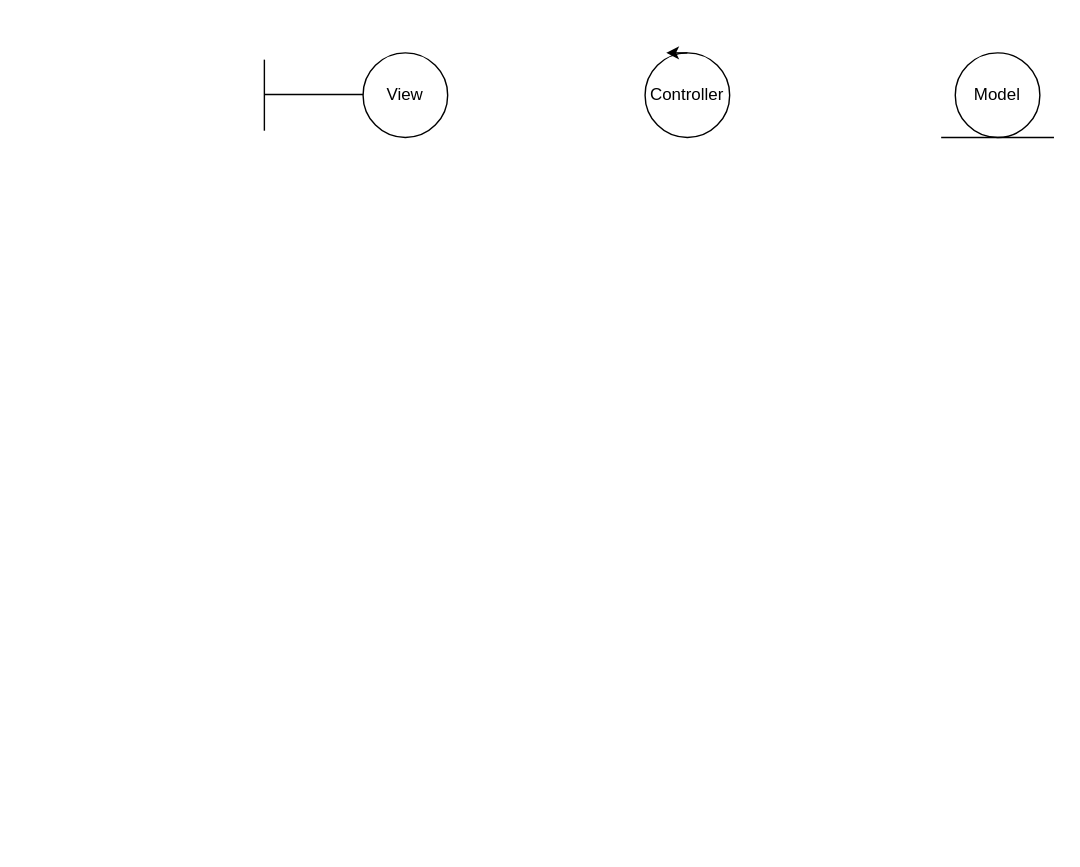
This is UML-activity-diagram.drawio from Juutar/COMP20050SEP2-1, a draw.io file, before an edit. Source tidied: cells renumbered, new cells numbered last; positions are measured from the earlier drawing's top-left corner, leaving out a move shared by most shapes. Both pictures are drawn from the tidied source at 141%, with x=0, y=0 at pixel (264, 52).
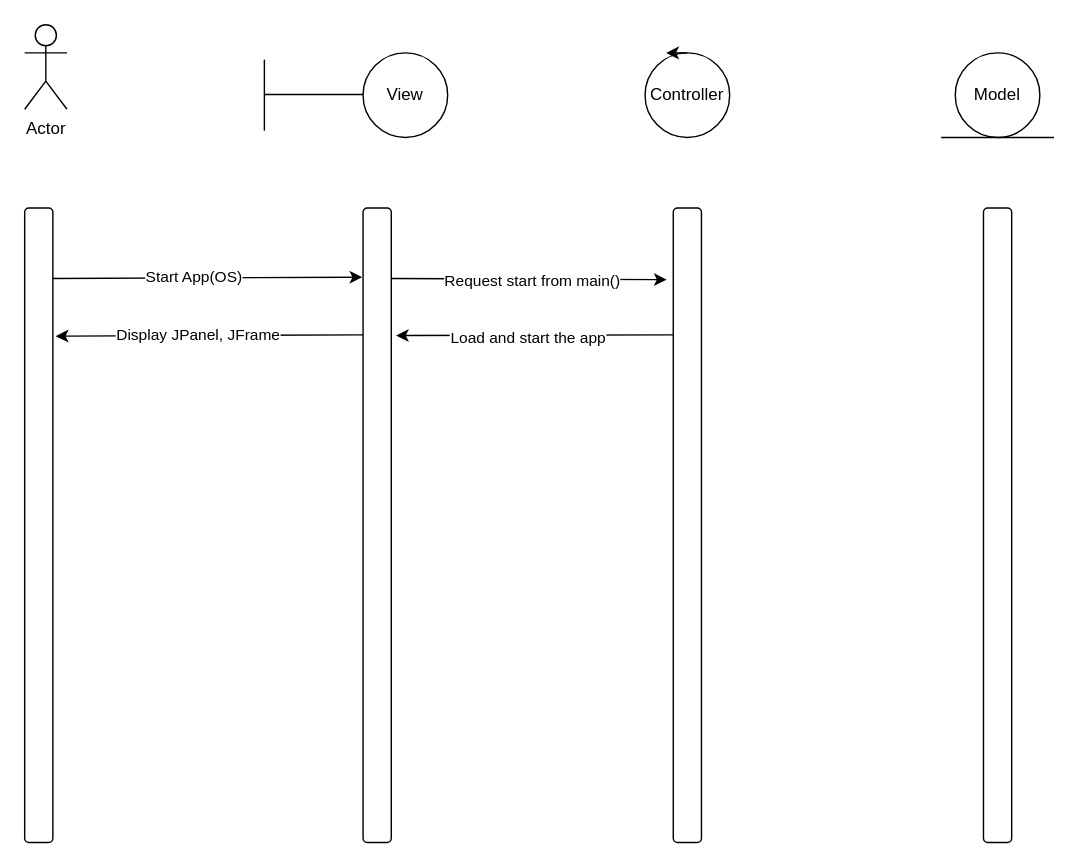
The same diagram, later.

Commit message:
added game start

Change to the diagram source:
```diff
@@
+    <mxCell id="9" value="Actor" style="shape=umlActor;verticalLabelPosition=bottom;verticalAlign=top;html=1;" parent="1" vertex="1">
+      <mxGeometry x="-170" y="-20" width="30" height="60" as="geometry" />
+    </mxCell>
+    <mxCell id="10" style="rounded=1;whiteSpace=wrap;html=1;" parent="1" vertex="1">
+      <mxGeometry x="-170" y="110" width="20" height="450" as="geometry" />
+    </mxCell>
+    <mxCell id="11" style="rounded=1;whiteSpace=wrap;html=1;" parent="1" vertex="1">
+      <mxGeometry x="70" y="110" width="20" height="450" as="geometry" />
+    </mxCell>
+    <mxCell id="12" style="rounded=1;whiteSpace=wrap;html=1;" parent="1" vertex="1">
+      <mxGeometry x="290" y="110" width="20" height="450" as="geometry" />
+    </mxCell>
+    <mxCell id="13" style="rounded=1;whiteSpace=wrap;html=1;" parent="1" vertex="1">
+      <mxGeometry x="510" y="110" width="20" height="450" as="geometry" />
+    </mxCell>
+    <mxCell id="14" style="endArrow=classic;html=1;rounded=0;entryX=-0.028;entryY=0.109;entryDx=0;entryDy=0;entryPerimeter=0;" parent="1" edge="1" target="11">
+      <mxGeometry relative="1" as="geometry">
+        <mxPoint x="-150" y="160" as="sourcePoint" />
+      </mxGeometry>
+    </mxCell>
+    <mxCell id="15" value="Start App(OS)" style="edgeLabel;html=1;align=center;verticalAlign=middle;" parent="14" vertex="1">
+      <mxGeometry x="-0.09" y="1" relative="1" as="geometry" />
+    </mxCell>
+    <mxCell id="16" style="endArrow=classic;html=1;rounded=0;entryX=1.1;entryY=0.202;entryDx=0;entryDy=0;entryPerimeter=0;" parent="1" edge="1" target="10">
+      <mxGeometry relative="1" as="geometry">
+        <mxPoint x="70" y="200" as="sourcePoint" />
+      </mxGeometry>
+    </mxCell>
+    <mxCell id="17" value="Display JPanel, JFrame" style="edgeLabel;html=1;align=center;verticalAlign=middle;" parent="16" vertex="1">
+      <mxGeometry x="0.07" y="-1" relative="1" as="geometry" />
+    </mxCell>
+    <mxCell id="18" style="endArrow=classic;html=1;rounded=0;entryX=-0.233;entryY=0.113;entryDx=0;entryDy=0;entryPerimeter=0;" parent="1" edge="1" target="12">
+      <mxGeometry relative="1" as="geometry">
+        <mxPoint x="90" y="160" as="sourcePoint" />
+      </mxGeometry>
+    </mxCell>
+    <mxCell id="19" value="Request start from main()" style="edgeLabel;html=1;align=center;verticalAlign=middle;" parent="18" vertex="1">
+      <mxGeometry x="0.02" y="-1" relative="1" as="geometry" />
+    </mxCell>
+    <mxCell id="20" style="endArrow=classic;html=1;rounded=0;entryX=1.167;entryY=0.201;entryDx=0;entryDy=0;entryPerimeter=0;" parent="1" edge="1" target="11">
+      <mxGeometry relative="1" as="geometry">
+        <mxPoint x="290" y="200" as="sourcePoint" />
+      </mxGeometry>
+    </mxCell>
+    <mxCell id="21" value="Load and start the app" style="edgeLabel;html=1;align=center;verticalAlign=middle;" parent="20" vertex="1">
+      <mxGeometry x="0.06" y="1" relative="1" as="geometry" />
+    </mxCell>
```
